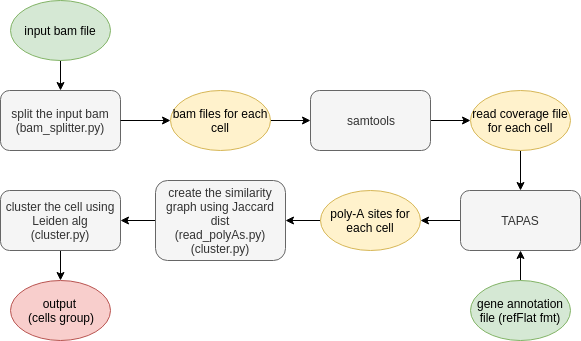
Earlier version of the draw.io export pipeline.png (vdblm/SinglePolyA). Source tidied: cells renumbered, new cells last; positions are measured from the earlier drawing's top-left corner, leaving out a move shared by most shapes. Source of this version:
```xml
<mxGraphModel background="#ffffff">
  <root>
    <mxCell id="0" />
    <mxCell id="1" parent="0" />
    <mxCell id="2" value="split the input bam (bam_splitter.py)" style="rounded=1;whiteSpace=wrap;html=1;fillColor=#f5f5f5;strokeColor=#666666;fontColor=#333333;" parent="1" vertex="1">
      <mxGeometry y="90" width="120" height="60" as="geometry" />
    </mxCell>
    <mxCell id="3" style="endArrow=classic;html=1;exitX=1;exitY=0.5;exitDx=0;exitDy=0;entryX=0;entryY=0.5;entryDx=0;entryDy=0;" parent="1" edge="1" source="2" target="5">
      <mxGeometry relative="1" as="geometry" />
    </mxCell>
    <mxCell id="4" style="edgeStyle=orthogonalEdgeStyle;rounded=0;jettySize=auto;html=1;entryX=0;entryY=0.5;entryDx=0;entryDy=0;" parent="1" edge="1" source="5" target="7">
      <mxGeometry relative="1" as="geometry" />
    </mxCell>
    <mxCell id="5" value="bam files for each cell" style="ellipse;whiteSpace=wrap;html=1;fillColor=#fff2cc;strokeColor=#d6b656;" parent="1" vertex="1">
      <mxGeometry x="170" y="90" width="100" height="60" as="geometry" />
    </mxCell>
    <mxCell id="6" style="edgeStyle=orthogonalEdgeStyle;rounded=0;jettySize=auto;html=1;" parent="1" edge="1" source="7" target="9">
      <mxGeometry relative="1" as="geometry" />
    </mxCell>
    <mxCell id="7" value="samtools" style="rounded=1;whiteSpace=wrap;html=1;fillColor=#f5f5f5;strokeColor=#666666;fontColor=#333333;" parent="1" vertex="1">
      <mxGeometry x="310" y="90" width="120" height="60" as="geometry" />
    </mxCell>
    <mxCell id="8" style="edgeStyle=orthogonalEdgeStyle;rounded=0;jettySize=auto;html=1;" parent="1" edge="1" source="9" target="11">
      <mxGeometry relative="1" as="geometry" />
    </mxCell>
    <mxCell id="9" value="read coverage file for each cell" style="ellipse;whiteSpace=wrap;html=1;fillColor=#fff2cc;strokeColor=#d6b656;" parent="1" vertex="1">
      <mxGeometry x="470" y="90" width="100" height="60" as="geometry" />
    </mxCell>
    <mxCell id="10" style="edgeStyle=orthogonalEdgeStyle;rounded=0;jettySize=auto;html=1;" parent="1" edge="1" source="11" target="15">
      <mxGeometry relative="1" as="geometry" />
    </mxCell>
    <mxCell id="11" value="TAPAS" style="rounded=1;whiteSpace=wrap;html=1;fillColor=#f5f5f5;strokeColor=#666666;fontColor=#333333;" parent="1" vertex="1">
      <mxGeometry x="460" y="190" width="120" height="60" as="geometry" />
    </mxCell>
    <mxCell id="12" style="edgeStyle=orthogonalEdgeStyle;rounded=0;jettySize=auto;html=1;" parent="1" edge="1" source="13" target="11">
      <mxGeometry relative="1" as="geometry" />
    </mxCell>
    <mxCell id="13" value="gene annotation file (refFlat fmt)" style="ellipse;whiteSpace=wrap;html=1;fillColor=#d5e8d4;strokeColor=#82b366;" parent="1" vertex="1">
      <mxGeometry x="470" y="280" width="100" height="60" as="geometry" />
    </mxCell>
    <mxCell id="14" style="edgeStyle=orthogonalEdgeStyle;rounded=0;jettySize=auto;html=1;" parent="1" edge="1" source="15" target="17">
      <mxGeometry relative="1" as="geometry" />
    </mxCell>
    <mxCell id="15" value="poly-A sites for each cell" style="ellipse;whiteSpace=wrap;html=1;fillColor=#fff2cc;strokeColor=#d6b656;" parent="1" vertex="1">
      <mxGeometry x="320" y="190" width="100" height="60" as="geometry" />
    </mxCell>
    <mxCell id="16" style="edgeStyle=orthogonalEdgeStyle;rounded=0;jettySize=auto;html=1;" parent="1" edge="1" source="17" target="21">
      <mxGeometry relative="1" as="geometry" />
    </mxCell>
    <mxCell id="17" value="create the similarity graph using Jaccard dist&lt;br&gt;(read_polyAs.py)&lt;br&gt;(cluster.py)&lt;br&gt;" style="rounded=1;whiteSpace=wrap;html=1;fillColor=#f5f5f5;strokeColor=#666666;fontColor=#333333;" parent="1" vertex="1">
      <mxGeometry x="155" y="180" width="130" height="80" as="geometry" />
    </mxCell>
    <mxCell id="18" style="edgeStyle=orthogonalEdgeStyle;rounded=0;jettySize=auto;html=1;" parent="1" edge="1" source="19" target="2">
      <mxGeometry relative="1" as="geometry" />
    </mxCell>
    <mxCell id="19" value="input bam file" style="ellipse;whiteSpace=wrap;html=1;fillColor=#d5e8d4;strokeColor=#82b366;" parent="1" vertex="1">
      <mxGeometry x="10" width="100" height="60" as="geometry" />
    </mxCell>
    <mxCell id="20" style="edgeStyle=orthogonalEdgeStyle;rounded=0;jettySize=auto;html=1;" parent="1" edge="1" source="21" target="22">
      <mxGeometry relative="1" as="geometry" />
    </mxCell>
    <mxCell id="21" value="cluster the cell using Leiden alg&lt;br&gt;(cluster.py)&lt;br&gt;" style="rounded=1;whiteSpace=wrap;html=1;fillColor=#f5f5f5;strokeColor=#666666;fontColor=#333333;" parent="1" vertex="1">
      <mxGeometry y="190" width="120" height="60" as="geometry" />
    </mxCell>
    <mxCell id="22" value="output&amp;nbsp;&lt;br&gt;(cells group)&lt;br&gt;" style="ellipse;whiteSpace=wrap;html=1;fillColor=#f8cecc;strokeColor=#b85450;" parent="1" vertex="1">
      <mxGeometry x="10" y="280" width="100" height="60" as="geometry" />
    </mxCell>
  </root>
</mxGraphModel>
```
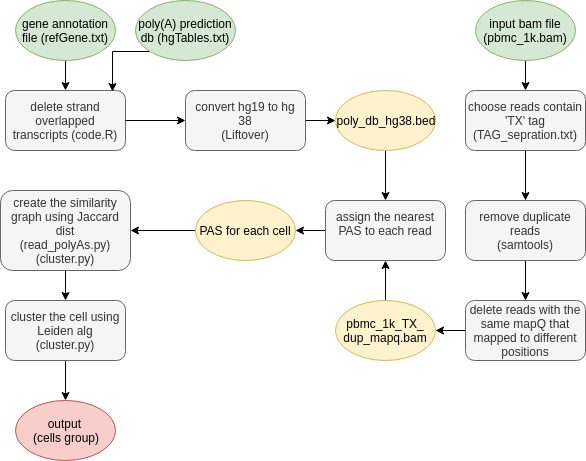
The same file after the commit.

Change to the diagram source:
```diff
@@ -2,68 +2,92 @@
   <root>
     <mxCell id="0" />
     <mxCell id="1" parent="0" />
-    <mxCell id="2" value="split the input bam (bam_splitter.py)" style="rounded=1;whiteSpace=wrap;html=1;fillColor=#f5f5f5;strokeColor=#666666;fontColor=#333333;" parent="1" vertex="1">
+    <mxCell id="2" value="delete strand overlapped transcripts (code.R)" style="rounded=1;whiteSpace=wrap;html=1;fillColor=#f5f5f5;strokeColor=#666666;fontColor=#333333;" parent="1" vertex="1">
       <mxGeometry y="90" width="120" height="60" as="geometry" />
     </mxCell>
-    <mxCell id="3" style="endArrow=classic;html=1;exitX=1;exitY=0.5;exitDx=0;exitDy=0;entryX=0;entryY=0.5;entryDx=0;entryDy=0;" parent="1" edge="1" source="2" target="5">
+    <mxCell id="3" style="endArrow=classic;html=1;exitX=1;exitY=0.5;exitDx=0;exitDy=0;entryX=0;entryY=0.5;entryDx=0;entryDy=0;" parent="1" edge="1" source="2" target="7">
       <mxGeometry relative="1" as="geometry" />
     </mxCell>
-    <mxCell id="4" style="edgeStyle=orthogonalEdgeStyle;rounded=0;jettySize=auto;html=1;entryX=0;entryY=0.5;entryDx=0;entryDy=0;" parent="1" edge="1" source="5" target="7">
-      <mxGeometry relative="1" as="geometry" />
-    </mxCell>
-    <mxCell id="5" value="bam files for each cell" style="ellipse;whiteSpace=wrap;html=1;fillColor=#fff2cc;strokeColor=#d6b656;" parent="1" vertex="1">
-      <mxGeometry x="170" y="90" width="100" height="60" as="geometry" />
-    </mxCell>
     <mxCell id="6" style="edgeStyle=orthogonalEdgeStyle;rounded=0;jettySize=auto;html=1;" parent="1" edge="1" source="7" target="9">
       <mxGeometry relative="1" as="geometry" />
     </mxCell>
-    <mxCell id="7" value="samtools" style="rounded=1;whiteSpace=wrap;html=1;fillColor=#f5f5f5;strokeColor=#666666;fontColor=#333333;" parent="1" vertex="1">
-      <mxGeometry x="310" y="90" width="120" height="60" as="geometry" />
+    <mxCell id="7" value="convert hg19 to hg 38&lt;br&gt;(Liftover)&lt;br&gt;" style="rounded=1;whiteSpace=wrap;html=1;fillColor=#f5f5f5;strokeColor=#666666;fontColor=#333333;" parent="1" vertex="1">
+      <mxGeometry x="180" y="90" width="120" height="60" as="geometry" />
     </mxCell>
-    <mxCell id="8" style="edgeStyle=orthogonalEdgeStyle;rounded=0;jettySize=auto;html=1;" parent="1" edge="1" source="9" target="11">
-      <mxGeometry relative="1" as="geometry" />
-    </mxCell>
+    <mxCell id="23" style="edgeStyle=orthogonalEdgeStyle;rounded=0;jettySize=auto;html=1;exitX=0.5;exitY=1;exitDx=0;exitDy=0;entryX=0.5;entryY=0;entryDx=0;entryDy=0;" parent="1" edge="1" source="9" target="32">
+      <mxGeometry relative="1" as="geometry" />
+    </mxCell>
-    <mxCell id="9" value="read coverage file for each cell" style="ellipse;whiteSpace=wrap;html=1;fillColor=#fff2cc;strokeColor=#d6b656;" parent="1" vertex="1">
-      <mxGeometry x="470" y="90" width="100" height="60" as="geometry" />
+    <mxCell id="9" value="poly_db_hg38.bed" style="ellipse;whiteSpace=wrap;html=1;fillColor=#fff2cc;strokeColor=#d6b656;" parent="1" vertex="1">
+      <mxGeometry x="330" y="90" width="100" height="60" as="geometry" />
     </mxCell>
-    <mxCell id="10" style="edgeStyle=orthogonalEdgeStyle;rounded=0;jettySize=auto;html=1;" parent="1" edge="1" source="11" target="15">
-      <mxGeometry relative="1" as="geometry" />
-    </mxCell>
+    <mxCell id="24" style="edgeStyle=orthogonalEdgeStyle;rounded=0;jettySize=auto;html=1;entryX=0.5;entryY=0;entryDx=0;entryDy=0;" parent="1" edge="1" source="11" target="28">
+      <mxGeometry relative="1" as="geometry" />
+    </mxCell>
-    <mxCell id="11" value="TAPAS" style="rounded=1;whiteSpace=wrap;html=1;fillColor=#f5f5f5;strokeColor=#666666;fontColor=#333333;" parent="1" vertex="1">
-      <mxGeometry x="460" y="190" width="120" height="60" as="geometry" />
+    <mxCell id="11" value="choose reads contain 'TX' tag&lt;br&gt;(TAG_sepration.txt)&lt;br&gt;" style="rounded=1;whiteSpace=wrap;html=1;fillColor=#f5f5f5;strokeColor=#666666;fontColor=#333333;" parent="1" vertex="1">
+      <mxGeometry x="460" y="90" width="120" height="60" as="geometry" />
     </mxCell>
-    <mxCell id="12" style="edgeStyle=orthogonalEdgeStyle;rounded=0;jettySize=auto;html=1;" parent="1" edge="1" source="13" target="11">
-      <mxGeometry relative="1" as="geometry" />
-    </mxCell>
-    <mxCell id="13" value="gene annotation file (refFlat fmt)" style="ellipse;whiteSpace=wrap;html=1;fillColor=#d5e8d4;strokeColor=#82b366;" parent="1" vertex="1">
-      <mxGeometry x="470" y="280" width="100" height="60" as="geometry" />
-    </mxCell>
-    <mxCell id="14" style="edgeStyle=orthogonalEdgeStyle;rounded=0;jettySize=auto;html=1;" parent="1" edge="1" source="15" target="17">
-      <mxGeometry relative="1" as="geometry" />
-    </mxCell>
-    <mxCell id="15" value="poly-A sites for each cell" style="ellipse;whiteSpace=wrap;html=1;fillColor=#fff2cc;strokeColor=#d6b656;" parent="1" vertex="1">
-      <mxGeometry x="320" y="190" width="100" height="60" as="geometry" />
-    </mxCell>
     <mxCell id="16" style="edgeStyle=orthogonalEdgeStyle;rounded=0;jettySize=auto;html=1;" parent="1" edge="1" source="17" target="21">
       <mxGeometry relative="1" as="geometry" />
     </mxCell>
     <mxCell id="17" value="create the similarity graph using Jaccard dist&lt;br&gt;(read_polyAs.py)&lt;br&gt;(cluster.py)&lt;br&gt;" style="rounded=1;whiteSpace=wrap;html=1;fillColor=#f5f5f5;strokeColor=#666666;fontColor=#333333;" parent="1" vertex="1">
-      <mxGeometry x="155" y="180" width="130" height="80" as="geometry" />
+      <mxGeometry x="-5" y="190" width="130" height="80" as="geometry" />
     </mxCell>
     <mxCell id="18" style="edgeStyle=orthogonalEdgeStyle;rounded=0;jettySize=auto;html=1;" parent="1" edge="1" source="19" target="2">
       <mxGeometry relative="1" as="geometry" />
     </mxCell>
-    <mxCell id="19" value="input bam file" style="ellipse;whiteSpace=wrap;html=1;fillColor=#d5e8d4;strokeColor=#82b366;" parent="1" vertex="1">
+    <mxCell id="19" value="gene annotation file (refGene.txt)" style="ellipse;whiteSpace=wrap;html=1;fillColor=#d5e8d4;strokeColor=#82b366;" parent="1" vertex="1">
       <mxGeometry x="10" width="100" height="60" as="geometry" />
     </mxCell>
     <mxCell id="20" style="edgeStyle=orthogonalEdgeStyle;rounded=0;jettySize=auto;html=1;" parent="1" edge="1" source="21" target="22">
       <mxGeometry relative="1" as="geometry" />
     </mxCell>
     <mxCell id="21" value="cluster the cell using Leiden alg&lt;br&gt;(cluster.py)&lt;br&gt;" style="rounded=1;whiteSpace=wrap;html=1;fillColor=#f5f5f5;strokeColor=#666666;fontColor=#333333;" parent="1" vertex="1">
-      <mxGeometry y="190" width="120" height="60" as="geometry" />
+      <mxGeometry y="300" width="120" height="60" as="geometry" />
     </mxCell>
     <mxCell id="22" value="output&amp;nbsp;&lt;br&gt;(cells group)&lt;br&gt;" style="ellipse;whiteSpace=wrap;html=1;fillColor=#f8cecc;strokeColor=#b85450;" parent="1" vertex="1">
-      <mxGeometry x="10" y="280" width="100" height="60" as="geometry" />
+      <mxGeometry x="10" y="400" width="100" height="60" as="geometry" />
     </mxCell>
+    <mxCell id="25" style="edgeStyle=orthogonalEdgeStyle;rounded=0;jettySize=auto;html=1;exitX=0;exitY=1;exitDx=0;exitDy=0;entryX=0.892;entryY=0.017;entryDx=0;entryDy=0;entryPerimeter=0;" parent="1" edge="1" source="26" target="2">
+      <mxGeometry relative="1" as="geometry" />
+    </mxCell>
+    <mxCell id="26" value="poly(A) prediction db (hgTables.txt)&lt;br&gt;" style="ellipse;whiteSpace=wrap;html=1;fillColor=#d5e8d4;strokeColor=#82b366;" parent="1" vertex="1">
+      <mxGeometry x="130" width="100" height="60" as="geometry" />
+    </mxCell>
+    <mxCell id="27" style="edgeStyle=orthogonalEdgeStyle;rounded=0;jettySize=auto;html=1;" parent="1" edge="1" source="28" target="30">
+      <mxGeometry relative="1" as="geometry" />
+    </mxCell>
+    <mxCell id="28" value="remove duplicate reads&lt;br&gt;(samtools)&lt;br&gt;" style="rounded=1;whiteSpace=wrap;html=1;fillColor=#f5f5f5;strokeColor=#666666;fontColor=#333333;" parent="1" vertex="1">
+      <mxGeometry x="460" y="200" width="120" height="60" as="geometry" />
+    </mxCell>
+    <mxCell id="29" style="edgeStyle=orthogonalEdgeStyle;rounded=0;jettySize=auto;html=1;" parent="1" edge="1" source="30" target="36">
+      <mxGeometry relative="1" as="geometry" />
+    </mxCell>
+    <mxCell id="30" value="delete reads with the same mapQ that mapped to different positions" style="rounded=1;whiteSpace=wrap;html=1;fillColor=#f5f5f5;strokeColor=#666666;fontColor=#333333;" parent="1" vertex="1">
+      <mxGeometry x="460" y="300" width="120" height="60" as="geometry" />
+    </mxCell>
+    <mxCell id="31" style="edgeStyle=orthogonalEdgeStyle;rounded=0;jettySize=auto;html=1;" parent="1" edge="1" source="32" target="38">
+      <mxGeometry relative="1" as="geometry" />
+    </mxCell>
+    <mxCell id="32" value="assign the nearest PAS to each read&lt;br&gt;&lt;br&gt;" style="rounded=1;whiteSpace=wrap;html=1;fillColor=#f5f5f5;strokeColor=#666666;fontColor=#333333;" parent="1" vertex="1">
+      <mxGeometry x="320" y="200" width="120" height="60" as="geometry" />
+    </mxCell>
+    <mxCell id="33" style="edgeStyle=orthogonalEdgeStyle;rounded=0;jettySize=auto;html=1;exitX=0.5;exitY=1;exitDx=0;exitDy=0;entryX=0.5;entryY=0;entryDx=0;entryDy=0;" parent="1" edge="1" source="34" target="11">
+      <mxGeometry relative="1" as="geometry" />
+    </mxCell>
+    <mxCell id="34" value="input bam file&lt;br&gt;(pbmc_1k.bam)&lt;br&gt;" style="ellipse;whiteSpace=wrap;html=1;fillColor=#d5e8d4;strokeColor=#82b366;" parent="1" vertex="1">
+      <mxGeometry x="470" width="100" height="60" as="geometry" />
+    </mxCell>
+    <mxCell id="35" style="edgeStyle=orthogonalEdgeStyle;rounded=0;jettySize=auto;html=1;exitX=0.5;exitY=0;exitDx=0;exitDy=0;entryX=0.5;entryY=1;entryDx=0;entryDy=0;" parent="1" edge="1" source="36" target="32">
+      <mxGeometry relative="1" as="geometry" />
+    </mxCell>
+    <mxCell id="36" value="pbmc_1k_TX_&lt;br&gt;dup_mapq.bam" style="ellipse;whiteSpace=wrap;html=1;fillColor=#fff2cc;strokeColor=#d6b656;" parent="1" vertex="1">
+      <mxGeometry x="330" y="300" width="100" height="60" as="geometry" />
+    </mxCell>
+    <mxCell id="37" style="edgeStyle=orthogonalEdgeStyle;rounded=0;jettySize=auto;html=1;" parent="1" edge="1" source="38" target="17">
+      <mxGeometry relative="1" as="geometry" />
+    </mxCell>
+    <mxCell id="38" value="PAS for each cell&lt;br&gt;" style="ellipse;whiteSpace=wrap;html=1;fillColor=#fff2cc;strokeColor=#d6b656;" parent="1" vertex="1">
+      <mxGeometry x="190" y="200" width="100" height="60" as="geometry" />
+    </mxCell>
   </root>
 </mxGraphModel>
```
